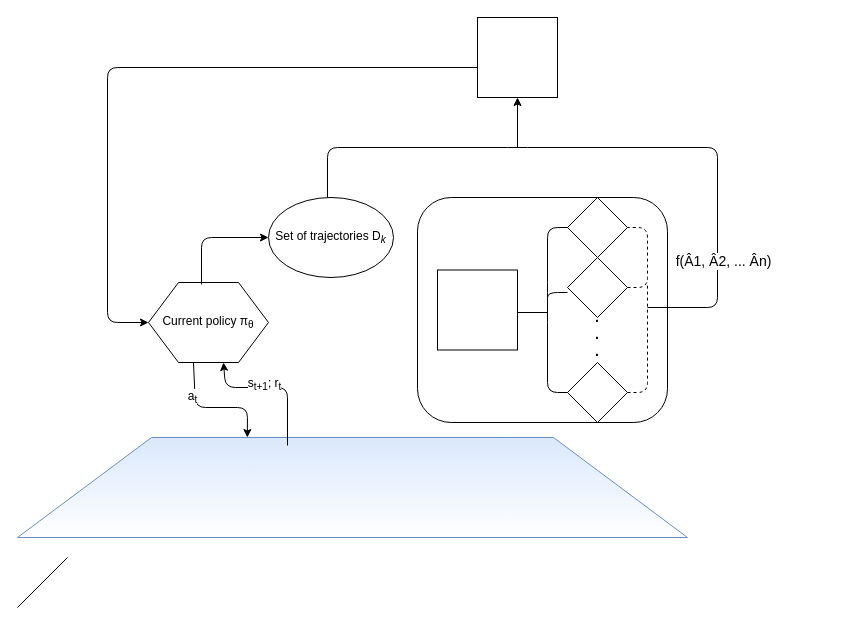
Above: Untitled Diagram.drawio in syrma/jot (draw.io), before the change. Source tidied: cells renumbered, new cells numbered last; positions are measured from the earlier drawing's top-left corner, leaving out a move shared by most shapes. Both pictures are drawn from the tidied source at 100%, with x=0, y=0 at pixel (17, 17).
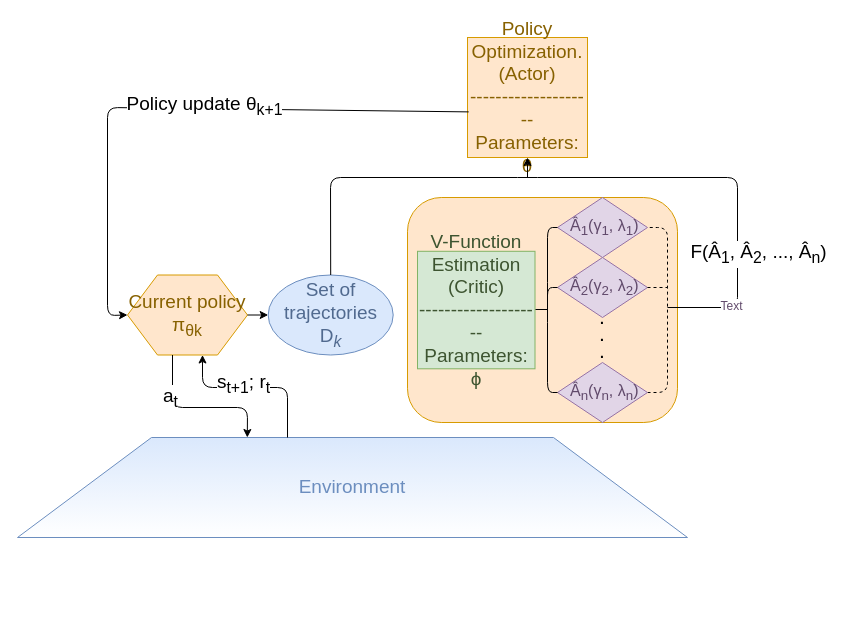
After the change.

Diff of the diagram source:
```diff
@@
-    <mxCell id="2" style="rounded=1;whiteSpace=wrap;html=1;gradientColor=#FFFFFF;" parent="1" vertex="1">
-      <mxGeometry x="400" y="180" width="250" height="225" as="geometry" />
+    <mxCell id="2" style="rounded=1;whiteSpace=wrap;html=1;fillColor=#ffe6cc;strokeColor=#d79b00;" parent="1" vertex="1">
+      <mxGeometry x="390" y="180" width="270" height="225" as="geometry" />
     </mxCell>
-    <mxCell id="3" style="shape=trapezoid;perimeter=trapezoidPerimeter;whiteSpace=wrap;html=1;fillColor=#dae8fc;strokeColor=#6c8ebf;gradientColor=#FFFFFF;" parent="1" vertex="1">
+    <mxCell id="3" value="&lt;font style=&quot;font-size: 19px&quot;&gt;Environment&lt;/font&gt;" style="shape=trapezoid;perimeter=trapezoidPerimeter;whiteSpace=wrap;html=1;fillColor=#dae8fc;strokeColor=#6c8ebf;gradientColor=#FFFFFF;fontColor=#6C8EBF;" parent="1" vertex="1">
       <mxGeometry y="420" width="670" height="100" as="geometry" />
     </mxCell>
-    <mxCell id="4" value="Current policy π&lt;sub&gt;θ&lt;/sub&gt;" style="shape=hexagon;perimeter=hexagonPerimeter2;whiteSpace=wrap;html=1;" parent="1" vertex="1">
-      <mxGeometry x="131" y="265" width="120" height="80" as="geometry" />
+    <mxCell id="4" value="&lt;font style=&quot;font-size: 19px&quot;&gt;Current policy π&lt;sub&gt;θk&lt;/sub&gt;&lt;/font&gt;" style="shape=hexagon;perimeter=hexagonPerimeter2;whiteSpace=wrap;html=1;fillColor=#ffe6cc;strokeColor=#d79b00;fontColor=#876100;" parent="1" vertex="1">
+      <mxGeometry x="110" y="257.5" width="120" height="80" as="geometry" />
     </mxCell>
     <mxCell id="5" style="endArrow=classic;html=1;entryX=0.625;entryY=1;entryDx=0;entryDy=0;" parent="1" edge="1" target="4">
       <mxGeometry relative="1" as="geometry">
-        <mxPoint x="270" y="428" as="sourcePoint" />
+        <mxPoint x="270" y="420" as="sourcePoint" />
         <Array as="points">
           <mxPoint x="270" y="370" />
-          <mxPoint x="208" y="370" />
+          <mxPoint x="185" y="370" />
         </Array>
       </mxGeometry>
     </mxCell>
-    <mxCell id="6" value="s&lt;sub&gt;t+1&lt;/sub&gt;; r&lt;sub&gt;t&lt;br&gt;&lt;/sub&gt;" style="text;html=1;align=center;verticalAlign=middle;labelBackgroundColor=#ffffff;" parent="5" vertex="1">
+    <mxCell id="6" value="&lt;font style=&quot;font-size: 19px&quot;&gt;s&lt;sub&gt;t+1&lt;/sub&gt;; r&lt;sub&gt;t&lt;br style=&quot;font-size: 19px&quot;&gt;&lt;/sub&gt;&lt;/font&gt;" style="text;html=1;align=center;verticalAlign=middle;labelBackgroundColor=#ffffff;" parent="5" vertex="1">
       <mxGeometry x="0.13" y="-4" relative="1" as="geometry" />
     </mxCell>
     <mxCell id="7" style="endArrow=classic;html=1;exitX=0.375;exitY=1;exitDx=0;exitDy=0;entryX=0.343;entryY=0;entryDx=0;entryDy=0;entryPerimeter=0;" parent="1" edge="1" source="4" target="3">
       <mxGeometry relative="1" as="geometry">
         <Array as="points">
-          <mxPoint x="178" y="390" />
+          <mxPoint x="155" y="390" />
           <mxPoint x="230" y="390" />
         </Array>
       </mxGeometry>
     </mxCell>
-    <mxCell id="8" value="a&lt;sub&gt;t&lt;/sub&gt;" style="text;html=1;align=center;verticalAlign=middle;labelBackgroundColor=#ffffff;" parent="7" vertex="1">
+    <mxCell id="8" value="&lt;font style=&quot;font-size: 19px&quot;&gt;a&lt;sub&gt;t&lt;/sub&gt;&lt;/font&gt;" style="text;html=1;align=center;verticalAlign=middle;labelBackgroundColor=#ffffff;" parent="7" vertex="1">
       <mxGeometry x="-0.46" y="-3" relative="1" as="geometry" />
     </mxCell>
-    <mxCell id="9" value="Set of trajectories &lt;font face=&quot;Mathcal&quot;&gt;D&lt;font face=&quot;Helvetica&quot;&gt;&lt;i&gt;&lt;sub&gt;k&lt;/sub&gt;&lt;/i&gt;&lt;/font&gt;&lt;/font&gt;" style="ellipse;whiteSpace=wrap;html=1;gradientColor=#FFFFFF;" parent="1" vertex="1">
-      <mxGeometry x="251" y="180" width="125" height="80" as="geometry" />
+    <mxCell id="9" value="&lt;div style=&quot;font-size: 19px&quot;&gt;&lt;font style=&quot;font-size: 19px&quot;&gt;Set of trajectories&lt;/font&gt;&lt;/div&gt;&lt;div style=&quot;font-size: 19px&quot;&gt;&lt;font style=&quot;font-size: 19px&quot;&gt; &lt;font style=&quot;font-size: 19px&quot; face=&quot;Mathcal&quot;&gt;D&lt;font style=&quot;font-size: 19px&quot; face=&quot;Helvetica&quot;&gt;&lt;i&gt;&lt;sub&gt;k&lt;/sub&gt;&lt;/i&gt;&lt;/font&gt;&lt;/font&gt;&lt;/font&gt;&lt;/div&gt;" style="ellipse;whiteSpace=wrap;html=1;fillColor=#dae8fc;strokeColor=#6C8EBF;fontColor=#516A8F;" parent="1" vertex="1">
+      <mxGeometry x="250.7" y="257.5" width="125" height="80" as="geometry" />
     </mxCell>
-    <mxCell id="10" style="rhombus;whiteSpace=wrap;html=1;gradientColor=#FFFFFF;" parent="1" vertex="1">
-      <mxGeometry x="550" y="180" width="60" height="60" as="geometry" />
+    <mxCell id="10" value="&lt;div style=&quot;font-size: 16px&quot;&gt;&lt;font style=&quot;font-size: 16px&quot;&gt;&amp;nbsp;Â&lt;sub&gt;1&lt;/sub&gt;(γ&lt;sub&gt;1&lt;/sub&gt;, λ&lt;sub&gt;1&lt;/sub&gt;)&lt;/font&gt;&lt;/div&gt;" style="rhombus;whiteSpace=wrap;html=1;fillColor=#e1d5e7;strokeColor=#9673a6;fontColor=#614A6B;" parent="1" vertex="1">
+      <mxGeometry x="540" y="180" width="90" height="60" as="geometry" />
     </mxCell>
-    <mxCell id="11" style="rhombus;whiteSpace=wrap;html=1;gradientColor=#FFFFFF;" parent="1" vertex="1">
-      <mxGeometry x="550" y="240" width="60" height="60" as="geometry" />
+    <mxCell id="11" value="&lt;div style=&quot;font-size: 16px&quot;&gt;&amp;nbsp;Â&lt;sub&gt;2&lt;/sub&gt;(γ&lt;sub&gt;2&lt;/sub&gt;, λ&lt;sub&gt;2&lt;/sub&gt;)&lt;/div&gt;" style="rhombus;whiteSpace=wrap;html=1;fillColor=#e1d5e7;strokeColor=#9673a6;fontColor=#614A6B;" parent="1" vertex="1">
+      <mxGeometry x="540" y="240" width="90" height="60" as="geometry" />
     </mxCell>
-    <mxCell id="12" style="whiteSpace=wrap;html=1;gradientColor=#FFFFFF;" parent="1" vertex="1">
-      <mxGeometry x="460" width="80" height="80" as="geometry" />
+    <mxCell id="12" value="&lt;div style=&quot;font-size: 19px&quot;&gt;&lt;font style=&quot;font-size: 19px&quot;&gt;Policy Optimization.&lt;/font&gt;&lt;/div&gt;&lt;div style=&quot;font-size: 19px&quot;&gt;&lt;font style=&quot;font-size: 19px&quot;&gt;(Actor)&lt;/font&gt;&lt;/div&gt;&lt;div style=&quot;font-size: 19px&quot;&gt;&lt;font style=&quot;font-size: 19px&quot;&gt;--------------------&lt;br&gt;&lt;/font&gt;&lt;/div&gt;&lt;div style=&quot;font-size: 19px&quot;&gt;&lt;font style=&quot;font-size: 19px&quot;&gt;Parameters: θ&lt;/font&gt;&lt;/div&gt;" style="whiteSpace=wrap;html=1;fillColor=#ffe6cc;strokeColor=#d79b00;fontColor=#876100;" parent="1" vertex="1">
+      <mxGeometry x="450" y="20" width="120" height="120" as="geometry" />
     </mxCell>
-    <mxCell id="13" style="endArrow=classic;html=1;entryX=0;entryY=0.5;entryDx=0;entryDy=0;exitX=0.442;exitY=0.025;exitDx=0;exitDy=0;exitPerimeter=0;" parent="1" edge="1" source="4" target="9">
-      <mxGeometry relative="1" as="geometry">
-        <Array as="points">
-          <mxPoint x="184" y="220" />
-        </Array>
-      </mxGeometry>
+    <mxCell id="13" style="endArrow=classic;html=1;entryX=0;entryY=0.5;entryDx=0;entryDy=0;exitX=1;exitY=0.5;exitDx=0;exitDy=0;" parent="1" edge="1" source="4" target="9">
+      <mxGeometry relative="1" as="geometry" />
     </mxCell>
-    <mxCell id="14" style="endArrow=none;dashed=1;html=1;exitX=1;exitY=0.5;exitDx=0;exitDy=0;entryX=1;entryY=0.5;entryDx=0;entryDy=0;" parent="1" edge="1" source="11" target="10">
+    <mxCell id="14" style="endArrow=none;dashed=1;html=1;entryX=1;entryY=0.5;entryDx=0;entryDy=0;exitX=1;exitY=0.5;exitDx=0;exitDy=0;" parent="1" edge="1" source="16" target="10">
       <mxGeometry relative="1" as="geometry">
         <Array as="points">
-          <mxPoint x="630" y="270" />
+          <mxPoint x="650" y="375" />
+          <mxPoint x="650" y="270" />
+          <mxPoint x="650" y="210" />
           <mxPoint x="630" y="210" />
         </Array>
       </mxGeometry>
     </mxCell>
-    <mxCell id="15" style="whiteSpace=wrap;html=1;gradientColor=#FFFFFF;" parent="1" vertex="1">
-      <mxGeometry x="420" y="252.5" width="80" height="80" as="geometry" />
+    <mxCell id="15" value="&lt;div style=&quot;font-size: 19px&quot;&gt;&lt;font style=&quot;font-size: 19px&quot;&gt;V-Function Estimation&lt;br&gt;&lt;/font&gt;&lt;/div&gt;&lt;div style=&quot;font-size: 19px&quot;&gt;&lt;font style=&quot;font-size: 19px&quot;&gt;(Critic)&lt;/font&gt;&lt;/div&gt;&lt;div style=&quot;font-size: 19px&quot;&gt;&lt;font style=&quot;font-size: 19px&quot;&gt;--------------------&lt;br&gt;&lt;/font&gt;&lt;/div&gt;&lt;div style=&quot;font-size: 19px&quot;&gt;&lt;font style=&quot;font-size: 19px&quot;&gt;Parameters: ϕ&lt;/font&gt;&lt;/div&gt;" style="whiteSpace=wrap;html=1;fillColor=#d5e8d4;strokeColor=#82B366;fontColor=#3D5430;" parent="1" vertex="1">
+      <mxGeometry x="400" y="233.8" width="117.5" height="117.5" as="geometry" />
     </mxCell>
-    <mxCell id="16" style="rhombus;whiteSpace=wrap;html=1;gradientColor=#FFFFFF;" parent="1" vertex="1">
-      <mxGeometry x="550" y="345" width="60" height="60" as="geometry" />
+    <mxCell id="16" value="&lt;div style=&quot;font-size: 16px&quot;&gt;&amp;nbsp;Â&lt;sub&gt;n&lt;/sub&gt;(γ&lt;sub&gt;n&lt;/sub&gt;, λ&lt;sub&gt;n&lt;/sub&gt;)&lt;/div&gt;" style="rhombus;whiteSpace=wrap;html=1;fillColor=#e1d5e7;strokeColor=#9673a6;fontColor=#614A6B;" parent="1" vertex="1">
+      <mxGeometry x="540" y="345" width="90" height="60" as="geometry" />
     </mxCell>
-    <mxCell id="17" style="endArrow=none;dashed=1;html=1;exitX=1;exitY=0.5;exitDx=0;exitDy=0;" parent="1" edge="1" source="16">
+    <mxCell id="17" style="endArrow=none;dashed=1;html=1;exitX=1;exitY=0.5;exitDx=0;exitDy=0;" parent="1" edge="1" source="11">
       <mxGeometry relative="1" as="geometry">
-        <mxPoint x="630" y="265" as="targetPoint" />
+        <mxPoint x="650" y="270" as="targetPoint" />
         <Array as="points">
-          <mxPoint x="630" y="375" />
+          <mxPoint x="630" y="270" />
         </Array>
       </mxGeometry>
     </mxCell>
     <mxCell id="18" value="&lt;div style=&quot;font-size: 14px;&quot;&gt;.&lt;/div&gt;&lt;div style=&quot;font-size: 14px;&quot;&gt;.&lt;/div&gt;&lt;div style=&quot;font-size: 14px;&quot;&gt;.&lt;br style=&quot;font-size: 14px;&quot;&gt;&lt;/div&gt;" style="text;html=1;strokeColor=none;fillColor=none;align=center;verticalAlign=middle;whiteSpace=wrap;rounded=0;spacingTop=-18;fontSize=14;fontStyle=1;" parent="1" vertex="1">
-      <mxGeometry x="560" y="325" width="40" as="geometry" />
+      <mxGeometry x="565" y="325" width="40" height="5" as="geometry" />
     </mxCell>
@@
-    <mxCell id="20" style="endArrow=none;html=1;fontSize=14;exitX=0;exitY=0.5;exitDx=0;exitDy=0;entryX=0;entryY=0.583;entryDx=0;entryDy=0;entryPerimeter=0;" parent="1" edge="1" source="16" target="11">
+    <mxCell id="20" style="endArrow=none;html=1;fontSize=14;exitX=0;exitY=0.5;exitDx=0;exitDy=0;entryX=0;entryY=0.5;entryDx=0;entryDy=0;" parent="1" edge="1" source="16" target="11">
       <mxGeometry relative="1" as="geometry">
         <Array as="points">
           <mxPoint x="530" y="375" />
           <mxPoint x="530" y="295" />
-          <mxPoint x="530" y="275" />
+          <mxPoint x="530" y="270" />
         </Array>
       </mxGeometry>
     </mxCell>
     <mxCell id="21" style="endArrow=none;html=1;fontSize=14;" parent="1" edge="1">
       <mxGeometry relative="1" as="geometry">
-        <mxPoint x="500" y="295" as="sourcePoint" />
-        <mxPoint x="530" y="295" as="targetPoint" />
+        <mxPoint x="518" y="292" as="sourcePoint" />
+        <mxPoint x="530" y="292" as="targetPoint" />
       </mxGeometry>
     </mxCell>
-    <mxCell id="22" style="endArrow=none;html=1;fontSize=14;" parent="1" edge="1">
-      <mxGeometry relative="1" as="geometry">
-        <mxPoint y="590" as="sourcePoint" />
-        <mxPoint x="50" y="540" as="targetPoint" />
-      </mxGeometry>
-    </mxCell>
-    <mxCell id="23" style="endArrow=none;html=1;fontSize=14;" parent="1" edge="1">
+    <mxCell id="23" style="endArrow=none;html=1;fontSize=14;exitX=0.5;exitY=0;exitDx=0;exitDy=0;" parent="1" edge="1" source="9">
       <mxGeometry relative="1" as="geometry">
-        <mxPoint x="310" y="180" as="sourcePoint" />
-        <mxPoint x="630" y="290" as="targetPoint" />
+        <mxPoint x="650" y="290" as="targetPoint" />
         <Array as="points">
-          <mxPoint x="310" y="130" />
-          <mxPoint x="500" y="130" />
-          <mxPoint x="700" y="130" />
-          <mxPoint x="700" y="290" />
+          <mxPoint x="313" y="160" />
+          <mxPoint x="510" y="160" />
+          <mxPoint x="720" y="160" />
+          <mxPoint x="720" y="290" />
         </Array>
       </mxGeometry>
     </mxCell>
-    <mxCell id="24" value="f(Â1, Â2, ... Ân)" style="text;html=1;align=center;verticalAlign=middle;labelBackgroundColor=#ffffff;fontSize=14;" parent="23" vertex="1">
-      <mxGeometry x="0.65" y="5" relative="1" as="geometry" />
+    <mxCell id="24" value="&lt;font style=&quot;font-size: 19px&quot;&gt;&lt;font style=&quot;font-size: 19px&quot; face=&quot;Mathcal&quot;&gt;F&lt;/font&gt;(Â&lt;sub&gt;1&lt;/sub&gt;, Â&lt;sub&gt;2&lt;/sub&gt;, ..., Â&lt;sub&gt;n&lt;/sub&gt;)&lt;/font&gt;" style="text;html=1;align=center;verticalAlign=middle;labelBackgroundColor=#ffffff;fontSize=14;" parent="23" vertex="1">
+      <mxGeometry x="0.65" y="5" relative="1" as="geometry">
+        <mxPoint x="15" as="offset" />
+      </mxGeometry>
     </mxCell>
+    <mxCell id="27" value="Text" style="text;html=1;align=center;verticalAlign=middle;labelBackgroundColor=#ffffff;fontColor=#614A6B;" parent="23" vertex="1">
+      <mxGeometry x="0.82" y="-2" relative="1" as="geometry" />
+    </mxCell>
     <mxCell id="25" style="endArrow=classic;html=1;fontSize=14;" parent="1" edge="1" target="12">
       <mxGeometry relative="1" as="geometry">
-        <mxPoint x="500" y="130" as="sourcePoint" />
+        <mxPoint x="510" y="160" as="sourcePoint" />
       </mxGeometry>
     </mxCell>
-    <mxCell id="26" style="endArrow=classic;html=1;fontSize=14;entryX=0;entryY=0.5;entryDx=0;entryDy=0;" parent="1" edge="1" target="4">
+    <mxCell id="26" style="endArrow=classic;html=1;fontSize=14;entryX=0;entryY=0.5;entryDx=0;entryDy=0;exitX=0.01;exitY=0.62;exitDx=0;exitDy=0;exitPerimeter=0;" parent="1" edge="1" source="12" target="4">
       <mxGeometry relative="1" as="geometry">
-        <mxPoint x="460" y="50" as="sourcePoint" />
         <Array as="points">
-          <mxPoint x="90" y="50" />
-          <mxPoint x="90" y="305" />
+          <mxPoint x="90" y="90" />
+          <mxPoint x="90" y="298" />
         </Array>
       </mxGeometry>
     </mxCell>
+    <mxCell id="28" value="&lt;font style=&quot;font-size: 19px&quot;&gt;Policy update θ&lt;sub&gt;k+1&lt;/sub&gt;&lt;/font&gt;" style="text;html=1;align=center;verticalAlign=middle;labelBackgroundColor=#ffffff;" parent="26" vertex="1">
+      <mxGeometry x="-0.1" y="-3" relative="1" as="geometry" />
+    </mxCell>
```
